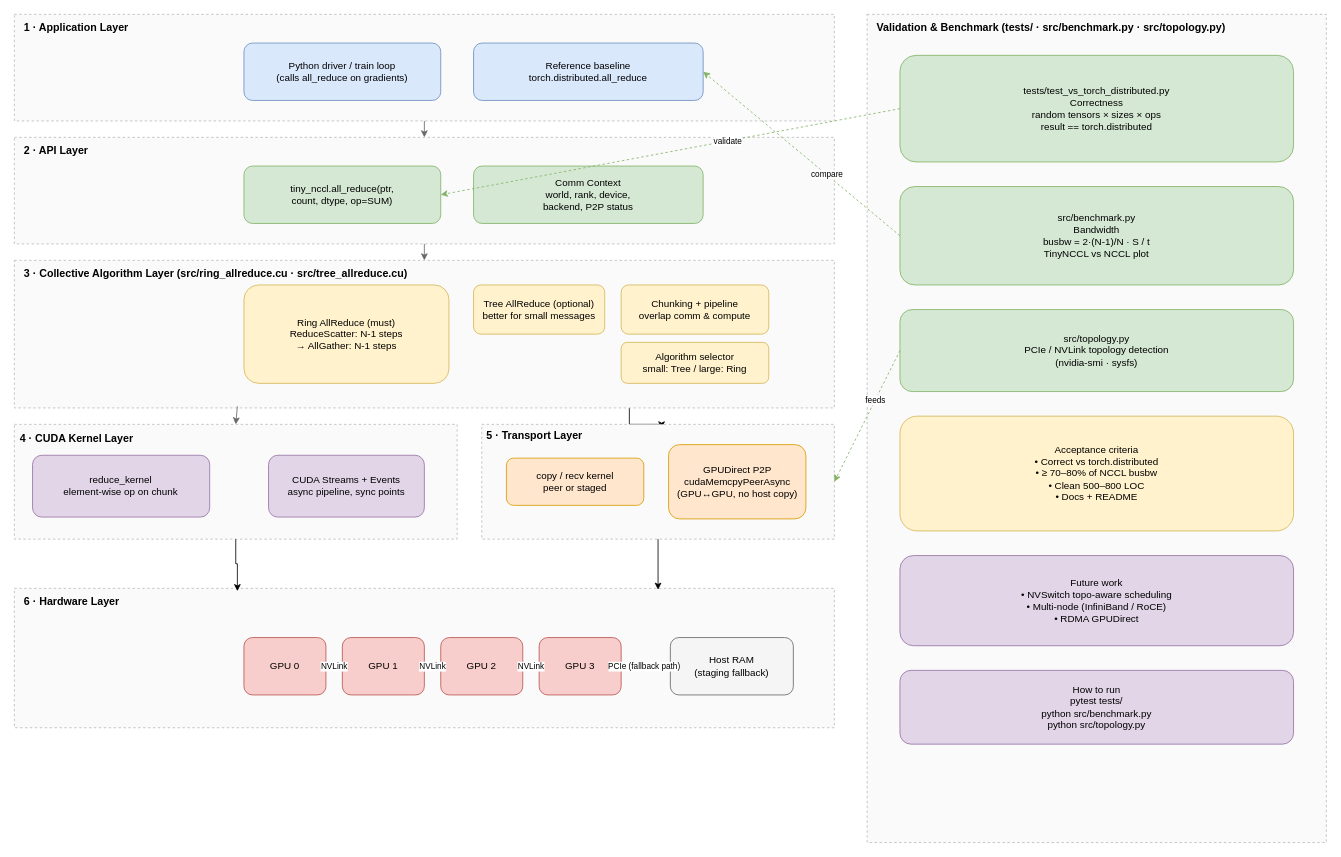
The draw.io diagram system-design/high-level-design.drawio in BV003/TinyNCCL, before the edit. Source tidied: cells renumbered, new cells numbered last; positions are measured from the earlier drawing's top-left corner, leaving out a move shared by most shapes. Both pictures are drawn from the tidied source at 82%, with x=0, y=0 at pixel (14, 14).
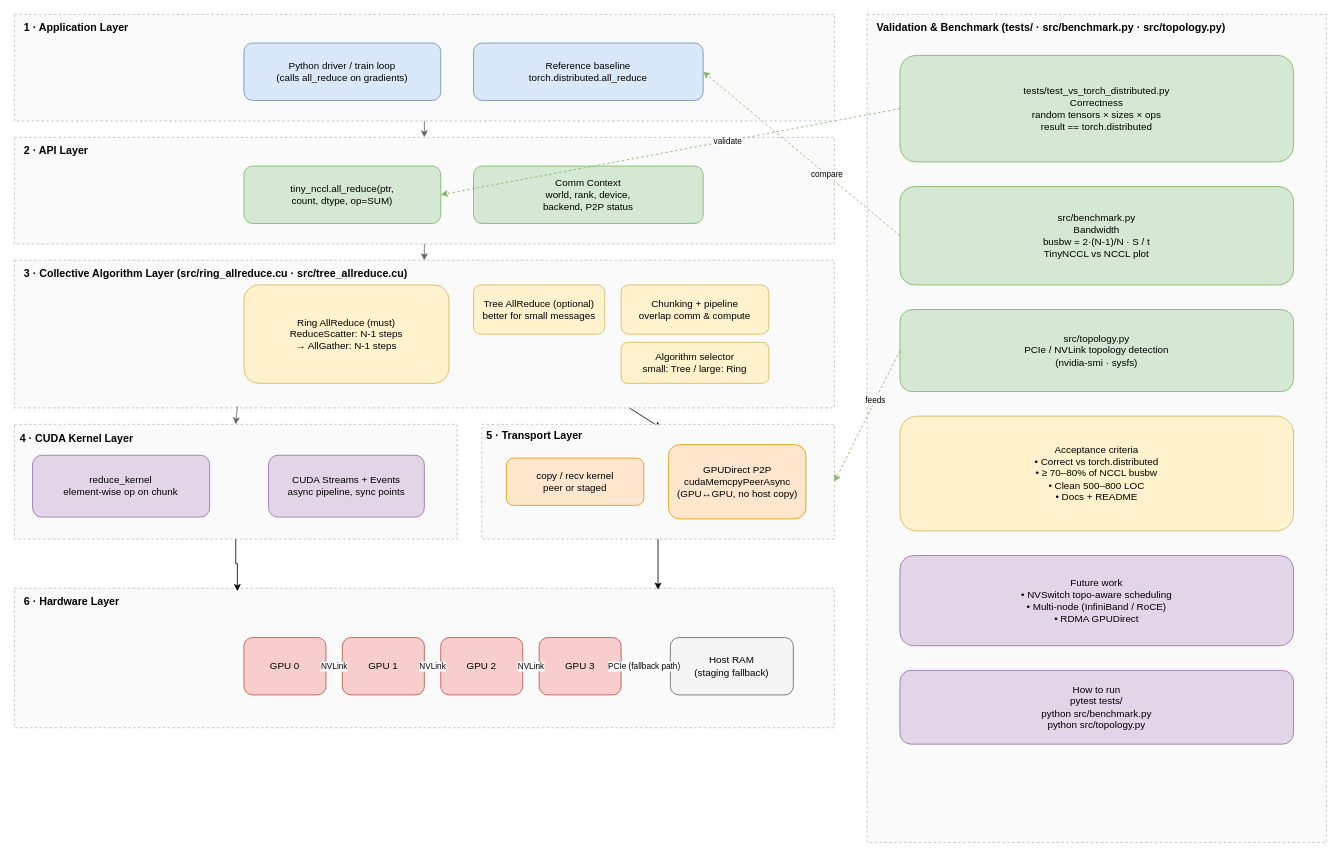
After the change.

The change refers to these unchanged cells:
```xml
<mxCell id="11" style="rounded=0;whiteSpace=wrap;html=1;verticalAlign=top;fillColor=#fafafa;strokeColor=#bbbbbb;dashed=1;" parent="1" vertex="1">
  <mxGeometry y="300" width="1000" height="180" as="geometry" />
</mxCell>
<mxCell id="22" value="5 · Transport Layer" style="text;html=1;whiteSpace=wrap;align=left;verticalAlign=middle;fontStyle=1;fontSize=13;strokeColor=none;fillColor=none;" parent="21" vertex="1">
  <mxGeometry x="4.3" y="4.9" width="215" height="16.5" as="geometry" />
</mxCell>
```

Change to the diagram source:
```diff
@@
-    <mxCell id="10" style="edgeStyle=orthogonalEdgeStyle;rounded=0;jettySize=auto;html=1;exitX=0.75;exitY=1;exitDx=0;exitDy=0;entryX=1;entryY=0;entryDx=0;entryDy=0;" parent="1" edge="1" source="11" target="22">
+    <mxCell id="10" style="rounded=0;jettySize=auto;html=1;exitX=0.75;exitY=1;exitDx=0;exitDy=0;entryX=1;entryY=0;entryDx=0;entryDy=0;" parent="1" edge="1" source="11" target="22">
       <mxGeometry relative="1" as="geometry" />
     </mxCell>
```
